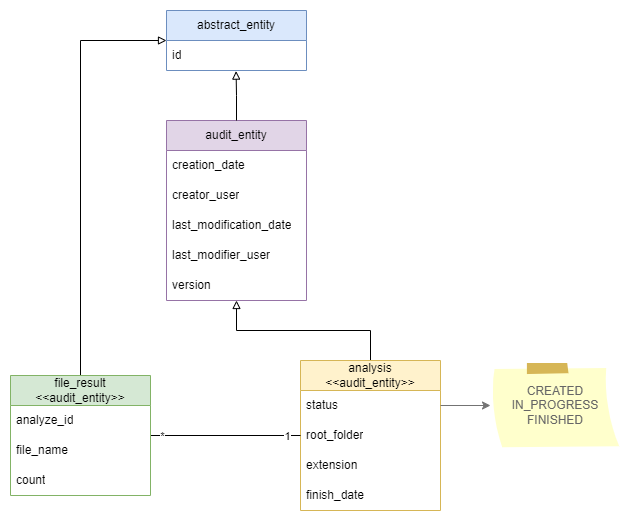
Above: docs/img/entity-diagram.drawio.png in DanisovszkyMark/foldsight (draw.io), before the change. Source tidied: cells renumbered, new cells last; positions are measured from the earlier drawing's top-left corner, leaving out a move shared by most shapes.
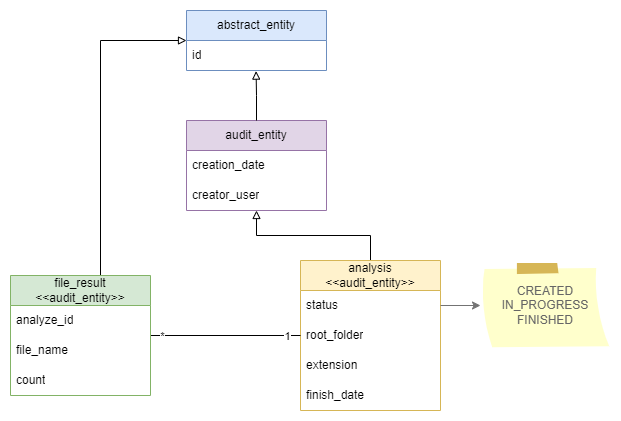
After the change.

Commit message:
Entitásmodell ábra frissítése

The edit, as a diff of the source:
```diff
@@ -6,7 +6,7 @@
       <mxGeometry relative="1" as="geometry" />
     </mxCell>
     <mxCell id="3" value="&lt;div&gt;analysis&lt;/div&gt;&lt;div&gt;&amp;lt;&amp;lt;audit_entity&amp;gt;&amp;gt;&lt;/div&gt;" style="swimlane;fontStyle=0;horizontal=1;startSize=30;whiteSpace=wrap;html=1;fillColor=#fff2cc;strokeColor=#d6b656;" parent="1" vertex="1">
-      <mxGeometry x="290" y="350" width="140" height="150" as="geometry" />
+      <mxGeometry x="270" y="250" width="140" height="150" as="geometry" />
     </mxCell>
     <mxCell id="4" value="status" style="text;strokeColor=none;fillColor=none;align=left;verticalAlign=middle;spacingLeft=4;spacingRight=4;overflow=hidden;points=[[0,0.5],[1,0.5]];portConstraint=eastwest;whiteSpace=wrap;html=1;" parent="3" vertex="1">
       <mxGeometry y="30" width="140" height="30" as="geometry" />
@@ -37,7 +37,7 @@
       </mxGeometry>
     </mxCell>
     <mxCell id="12" value="file_result&lt;div&gt;&amp;lt;&amp;lt;audit_entity&amp;gt;&amp;gt;&lt;/div&gt;" style="swimlane;fontStyle=0;horizontal=1;startSize=30;whiteSpace=wrap;html=1;fillColor=#d5e8d4;strokeColor=#82b366;" parent="1" vertex="1">
-      <mxGeometry y="365" width="140" height="120" as="geometry" />
+      <mxGeometry x="-20" y="265" width="140" height="120" as="geometry" />
     </mxCell>
     <mxCell id="13" value="analyze_id" style="text;strokeColor=none;fillColor=none;align=left;verticalAlign=middle;spacingLeft=4;spacingRight=4;overflow=hidden;whiteSpace=wrap;html=1;" parent="12" vertex="1">
       <mxGeometry y="30" width="140" height="30" as="geometry" />
@@ -55,7 +55,7 @@
       <mxGeometry y="30" width="140" height="30" as="geometry" />
     </mxCell>
     <mxCell id="18" value="audit_entity" style="swimlane;fontStyle=0;horizontal=1;startSize=30;whiteSpace=wrap;html=1;fillColor=#e1d5e7;strokeColor=#9673a6;" parent="1" vertex="1">
-      <mxGeometry x="156" y="110" width="140" height="180" as="geometry" />
+      <mxGeometry x="156" y="110" width="140" height="90" as="geometry" />
     </mxCell>
     <mxCell id="19" value="creation_date" style="text;strokeColor=none;fillColor=none;align=left;verticalAlign=middle;spacingLeft=4;spacingRight=4;overflow=hidden;whiteSpace=wrap;html=1;" parent="18" vertex="1">
       <mxGeometry y="30" width="140" height="30" as="geometry" />
@@ -63,20 +63,11 @@
     <mxCell id="20" value="creator_user" style="text;strokeColor=none;fillColor=none;align=left;verticalAlign=middle;spacingLeft=4;spacingRight=4;overflow=hidden;whiteSpace=wrap;html=1;" parent="18" vertex="1">
       <mxGeometry y="60" width="140" height="30" as="geometry" />
     </mxCell>
-    <mxCell id="21" value="last_modification_date" style="text;strokeColor=none;fillColor=none;align=left;verticalAlign=middle;spacingLeft=4;spacingRight=4;overflow=hidden;whiteSpace=wrap;html=1;" parent="18" vertex="1">
-      <mxGeometry y="90" width="140" height="30" as="geometry" />
-    </mxCell>
-    <mxCell id="22" value="last_modifier_user" style="text;strokeColor=none;fillColor=none;align=left;verticalAlign=middle;spacingLeft=4;spacingRight=4;overflow=hidden;whiteSpace=wrap;html=1;" parent="18" vertex="1">
-      <mxGeometry y="120" width="140" height="30" as="geometry" />
-    </mxCell>
-    <mxCell id="23" value="version" style="text;strokeColor=none;fillColor=none;align=left;verticalAlign=middle;spacingLeft=4;spacingRight=4;overflow=hidden;whiteSpace=wrap;html=1;" parent="18" vertex="1">
-      <mxGeometry y="150" width="140" height="30" as="geometry" />
-    </mxCell>
     <mxCell id="24" style="edgeStyle=orthogonalEdgeStyle;rounded=0;jettySize=auto;html=1;entryX=0.497;entryY=1.02;entryDx=0;entryDy=0;entryPerimeter=0;endArrow=block;endFill=0;" parent="1" edge="1" source="18" target="17">
       <mxGeometry relative="1" as="geometry" />
     </mxCell>
     <mxCell id="25" value="CREATED&lt;div style=&quot;font-size: 12px;&quot;&gt;IN_PROGRESS&lt;/div&gt;&lt;div style=&quot;font-size: 12px;&quot;&gt;FINISHED&lt;/div&gt;" style="strokeWidth=1;shadow=0;dashed=0;align=center;html=1;shape=mxgraph.mockup.text.stickyNote2;fontColor=#666666;mainText=;fontSize=12;whiteSpace=wrap;fillColor=#ffffcc;strokeColor=#D6B656;" parent="1" vertex="1">
-      <mxGeometry x="480" y="352.5" width="130" height="85" as="geometry" />
+      <mxGeometry x="450" y="252.5" width="130" height="85" as="geometry" />
     </mxCell>
     <mxCell id="26" style="edgeStyle=orthogonalEdgeStyle;rounded=0;jettySize=auto;html=1;fontColor=default;strokeColor=#737373;" parent="1" edge="1" source="4" target="25">
       <mxGeometry relative="1" as="geometry" />
```
